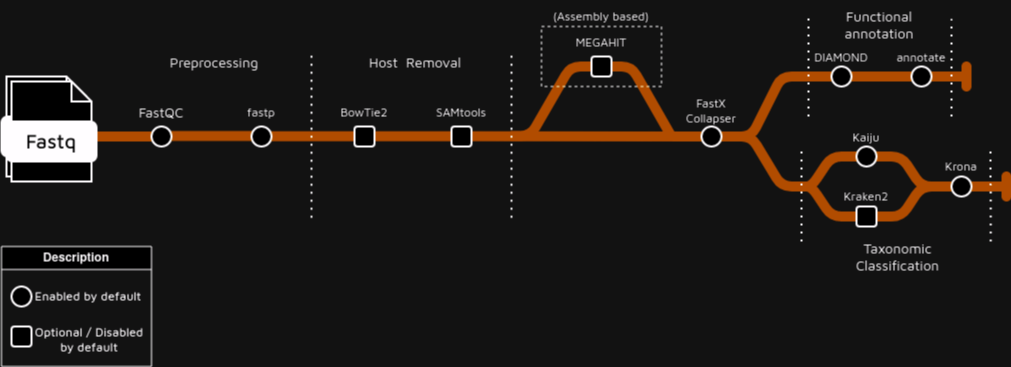
Above: assets/euryale_workflow.drawio.png in dalmolingroup/euryale (draw.io), before the change. Source tidied: cells renumbered, new cells last; positions are measured from the earlier drawing's top-left corner, leaving out a move shared by most shapes.
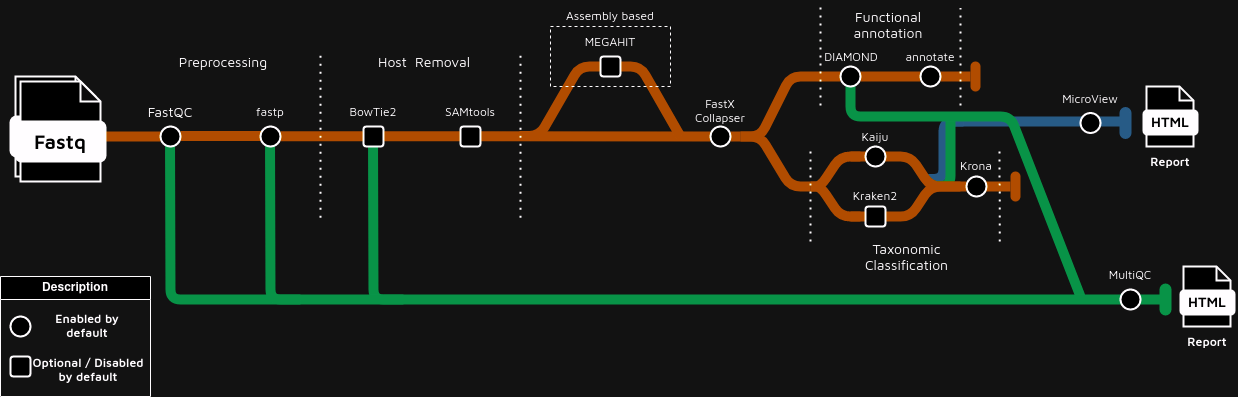
After the commit.

Commit message:
docs: Update workflow diagram

The edit, as a diff of the source:
```diff
@@ -2,6 +2,68 @@
   <root>
     <mxCell id="0" />
     <mxCell id="1" parent="0" />
+    <mxCell id="65" style="endArrow=none;html=1;rounded=1;strokeWidth=10;strokeColor=#24B064;" parent="1" edge="1">
+      <mxGeometry relative="1" as="geometry">
+        <mxPoint x="393" y="299" as="sourcePoint" />
+        <mxPoint x="362.5" y="133" as="targetPoint" />
+        <Array as="points">
+          <mxPoint x="363" y="299" />
+        </Array>
+      </mxGeometry>
+    </mxCell>
+    <mxCell id="66" style="endArrow=none;html=1;rounded=1;strokeWidth=10;strokeColor=#7EB2DD;" parent="1" edge="1">
+      <mxGeometry relative="1" as="geometry">
+        <mxPoint x="938" y="121" as="sourcePoint" />
+        <mxPoint x="1110" y="121" as="targetPoint" />
+      </mxGeometry>
+    </mxCell>
+    <mxCell id="67" style="endArrow=none;html=1;rounded=1;strokeWidth=10;strokeColor=#7EB2DD;flowAnimation=0;" parent="1" edge="1">
+      <mxGeometry relative="1" as="geometry">
+        <mxPoint x="913" y="178.5" as="sourcePoint" />
+        <mxPoint x="953" y="121" as="targetPoint" />
+        <Array as="points">
+          <mxPoint x="933" y="178.5" />
+          <mxPoint x="933" y="121" />
+        </Array>
+      </mxGeometry>
+    </mxCell>
+    <mxCell id="68" style="endArrow=none;html=1;rounded=1;strokeWidth=10;strokeColor=#24B064;" parent="1" edge="1">
+      <mxGeometry relative="1" as="geometry">
+        <mxPoint x="920" y="185.2" as="sourcePoint" />
+        <mxPoint x="940" y="118" as="targetPoint" />
+        <Array as="points">
+          <mxPoint x="940" y="185.5" />
+        </Array>
+      </mxGeometry>
+    </mxCell>
+    <mxCell id="69" style="endArrow=none;html=1;rounded=1;strokeWidth=10;strokeColor=#24B064;" parent="1" edge="1">
+      <mxGeometry relative="1" as="geometry">
+        <mxPoint x="1070" y="296" as="sourcePoint" />
+        <mxPoint x="840" y="74" as="targetPoint" />
+        <Array as="points">
+          <mxPoint x="1000" y="116" />
+          <mxPoint x="840" y="116" />
+        </Array>
+      </mxGeometry>
+    </mxCell>
+    <mxCell id="70" style="endArrow=none;html=1;rounded=1;strokeWidth=10;strokeColor=#24B064;" parent="1" edge="1">
+      <mxGeometry relative="1" as="geometry">
+        <mxPoint x="1150" y="299" as="sourcePoint" />
+        <mxPoint x="159.5" y="133" as="targetPoint" />
+        <Array as="points">
+          <mxPoint x="160" y="299" />
+        </Array>
+      </mxGeometry>
+    </mxCell>
+    <mxCell id="71" style="endArrow=none;html=1;rounded=1;strokeWidth=10;strokeColor=#24B064;" parent="1" edge="1">
+      <mxGeometry relative="1" as="geometry">
+        <mxPoint x="290" y="299" as="sourcePoint" />
+        <mxPoint x="259.5" y="133" as="targetPoint" />
+        <Array as="points">
+          <mxPoint x="260" y="299" />
+        </Array>
+      </mxGeometry>
+    </mxCell>
     <mxCell id="2" style="endArrow=none;html=1;rounded=1;strokeWidth=10;strokeColor=#FF9914;" parent="1" edge="1">
       <mxGeometry relative="1" as="geometry">
         <mxPoint x="970" y="186" as="sourcePoint" />
@@ -18,10 +80,9 @@
         </Array>
       </mxGeometry>
     </mxCell>
-    <mxCell id="4" style="endArrow=none;html=1;rounded=1;strokeWidth=10;strokeColor=#FF9914;" parent="1" edge="1">
+    <mxCell id="4" style="endArrow=none;html=1;rounded=1;strokeWidth=10;strokeColor=#FF9914;entryX=0;entryY=0.5;entryDx=0;entryDy=0;" parent="1" edge="1" target="49">
       <mxGeometry relative="1" as="geometry">
         <mxPoint x="840" y="156" as="sourcePoint" />
-        <mxPoint x="950" y="186" as="targetPoint" />
         <Array as="points">
           <mxPoint x="900" y="156" />
           <mxPoint x="920" y="186" />
@@ -165,7 +226,7 @@
     <mxCell id="36" style="rounded=0;whiteSpace=wrap;html=1;fillColor=none;dashed=1;" parent="1" vertex="1">
       <mxGeometry x="540" y="26" width="120" height="60" as="geometry" />
     </mxCell>
-    <mxCell id="37" value="(Assembly based)" style="text;html=1;strokeColor=none;fillColor=none;align=center;verticalAlign=middle;whiteSpace=wrap;rounded=0;fontFamily=Maven Pro;fontSource=https%3A%2F%2Ffonts.googleapis.com%2Fcss%3Ffamily%3DMaven%2BPro;" parent="1" vertex="1">
+    <mxCell id="37" value="Assembly based" style="text;html=1;strokeColor=none;fillColor=none;align=center;verticalAlign=middle;whiteSpace=wrap;rounded=0;fontFamily=Maven Pro;fontSource=https%3A%2F%2Ffonts.googleapis.com%2Fcss%3Ffamily%3DMaven%2BPro;" parent="1" vertex="1">
       <mxGeometry x="550" width="100" height="30" as="geometry" />
     </mxCell>
     <mxCell id="38" style="endArrow=none;html=1;rounded=1;strokeWidth=10;strokeColor=#ff9914;" parent="1" edge="1">
@@ -192,7 +253,7 @@
       <mxGeometry x="830" y="66" width="20" height="20" as="geometry" />
     </mxCell>
     <mxCell id="41" value="DIAMOND" style="text;html=1;strokeColor=none;fillColor=none;align=center;verticalAlign=middle;whiteSpace=wrap;rounded=0;fontFamily=Maven Pro;fontSource=https%3A%2F%2Ffonts.googleapis.com%2Fcss%3Ffamily%3DMaven%2BPro;" parent="1" vertex="1">
-      <mxGeometry x="810" y="41" width="60" height="30" as="geometry" />
+      <mxGeometry x="811" y="41" width="60" height="30" as="geometry" />
     </mxCell>
     <mxCell id="42" style="ellipse;whiteSpace=wrap;html=1;rounded=1;rotation=0;strokeWidth=2;" parent="1" vertex="1">
       <mxGeometry x="910" y="66" width="20" height="20" as="geometry" />
@@ -216,10 +277,10 @@
       <mxGeometry x="835" y="121" width="60" height="30" as="geometry" />
     </mxCell>
     <mxCell id="49" style="ellipse;whiteSpace=wrap;html=1;rounded=1;rotation=0;strokeWidth=2;" parent="1" vertex="1">
-      <mxGeometry x="950" y="176" width="20" height="20" as="geometry" />
+      <mxGeometry x="956" y="176" width="20" height="20" as="geometry" />
     </mxCell>
     <mxCell id="50" value="&lt;div&gt;Krona&lt;/div&gt;" style="text;html=1;strokeColor=none;fillColor=none;align=center;verticalAlign=middle;whiteSpace=wrap;rounded=0;fontFamily=Maven Pro;fontSource=https%3A%2F%2Ffonts.googleapis.com%2Fcss%3Ffamily%3DMaven%2BPro;" parent="1" vertex="1">
-      <mxGeometry x="930" y="150" width="60" height="30" as="geometry" />
+      <mxGeometry x="936" y="150" width="60" height="30" as="geometry" />
     </mxCell>
     <mxCell id="51" style="rounded=1;whiteSpace=wrap;html=1;strokeWidth=2;arcSize=50;strokeColor=none;fillColor=#FF9914;" parent="1" vertex="1">
       <mxGeometry x="1000" y="171" width="10" height="30" as="geometry" />
@@ -261,21 +322,63 @@
     </mxCell>
     <mxCell id="57" style="endArrow=none;dashed=1;html=1;dashPattern=1 3;strokeWidth=2;rounded=0;" parent="1" edge="1">
       <mxGeometry relative="1" as="geometry">
-        <mxPoint x="807" y="116" as="sourcePoint" />
-        <mxPoint x="807" y="16" as="targetPoint" />
+        <mxPoint x="810" y="105" as="sourcePoint" />
+        <mxPoint x="810" y="5" as="targetPoint" />
       </mxGeometry>
     </mxCell>
     <mxCell id="58" style="endArrow=none;dashed=1;html=1;dashPattern=1 3;strokeWidth=2;rounded=0;" parent="1" edge="1">
       <mxGeometry relative="1" as="geometry">
-        <mxPoint x="950" y="116" as="sourcePoint" />
-        <mxPoint x="950" y="18.5" as="targetPoint" />
+        <mxPoint x="950" y="105" as="sourcePoint" />
+        <mxPoint x="950" y="7.5" as="targetPoint" />
       </mxGeometry>
     </mxCell>
     <mxCell id="59" value="&lt;font style=&quot;font-size: 14px;&quot;&gt;Functional annotation&lt;br&gt;&lt;/font&gt;" style="text;html=1;strokeColor=none;fillColor=none;align=center;verticalAlign=middle;whiteSpace=wrap;rounded=0;fontFamily=Maven Pro;fontSource=https%3A%2F%2Ffonts.googleapis.com%2Fcss%3Ffamily%3DMaven%2BPro;" parent="1" vertex="1">
       <mxGeometry x="818" y="9" width="120" height="30" as="geometry" />
     </mxCell>
+    <mxCell id="72" style="ellipse;whiteSpace=wrap;html=1;rounded=1;rotation=0;strokeWidth=2;" parent="1" vertex="1">
+      <mxGeometry x="1110" y="289" width="20" height="20" as="geometry" />
+    </mxCell>
+    <mxCell id="73" value="MultiQC" style="text;html=1;strokeColor=none;fillColor=none;align=center;verticalAlign=middle;whiteSpace=wrap;rounded=0;fontFamily=Maven Pro;fontSource=https%3A%2F%2Ffonts.googleapis.com%2Fcss%3Ffamily%3DMaven%2BPro;" parent="1" vertex="1">
+      <mxGeometry x="1090" y="259" width="60" height="30" as="geometry" />
+    </mxCell>
+    <mxCell id="74" style="rounded=1;whiteSpace=wrap;html=1;strokeWidth=2;arcSize=50;strokeColor=#24B064;fillColor=#24B064;fontColor=#ffffff;" parent="1" vertex="1">
+      <mxGeometry x="1150" y="284" width="10" height="30" as="geometry" />
+    </mxCell>
+    <mxCell id="75" style="group;" parent="1" vertex="1">
+      <mxGeometry x="1170" y="266" width="54" height="60" as="geometry" />
+    </mxCell>
+    <mxCell id="76" style="shape=note;whiteSpace=wrap;html=1;backgroundOutline=1;darkOpacity=0.05;rounded=1;size=14;strokeWidth=2;" parent="75" vertex="1">
+      <mxGeometry x="3" width="47" height="60" as="geometry" />
+    </mxCell>
+    <mxCell id="77" value="&lt;font size=&quot;1&quot; color=&quot;#ffffff&quot; face=&quot;Maven Pro&quot;&gt;&lt;b style=&quot;font-size: 14px;&quot;&gt;HTML&lt;/b&gt;&lt;/font&gt;" style="rounded=1;whiteSpace=wrap;html=1;strokeWidth=2;fillColor=#000000;" parent="75" vertex="1">
+      <mxGeometry y="24" width="54" height="24" as="geometry" />
+    </mxCell>
+    <mxCell id="78" value="&lt;b&gt;Report&lt;/b&gt;" style="text;html=1;strokeColor=none;fillColor=none;align=center;verticalAlign=middle;whiteSpace=wrap;rounded=0;fontFamily=Maven Pro;fontSource=https%3A%2F%2Ffonts.googleapis.com%2Fcss%3Ffamily%3DMaven%2BPro;" parent="1" vertex="1">
+      <mxGeometry x="1167" y="326" width="60" height="30" as="geometry" />
+    </mxCell>
+    <mxCell id="79" style="ellipse;whiteSpace=wrap;html=1;rounded=1;rotation=0;strokeWidth=2;" parent="1" vertex="1">
+      <mxGeometry x="1070" y="112.5" width="20" height="20" as="geometry" />
+    </mxCell>
+    <mxCell id="80" value="MicroView" style="text;html=1;strokeColor=none;fillColor=none;align=center;verticalAlign=middle;whiteSpace=wrap;rounded=0;fontFamily=Maven Pro;fontSource=https%3A%2F%2Ffonts.googleapis.com%2Fcss%3Ffamily%3DMaven%2BPro;" parent="1" vertex="1">
+      <mxGeometry x="1050" y="82.5" width="60" height="30" as="geometry" />
+    </mxCell>
+    <mxCell id="81" style="rounded=1;whiteSpace=wrap;html=1;strokeWidth=2;arcSize=50;strokeColor=#7EB2DD;fillColor=#7EB2DD;fontColor=#ffffff;" parent="1" vertex="1">
+      <mxGeometry x="1110" y="107.5" width="10" height="30" as="geometry" />
+    </mxCell>
+    <mxCell id="82" style="group;" parent="1" vertex="1">
+      <mxGeometry x="1133" y="86" width="54" height="60" as="geometry" />
+    </mxCell>
+    <mxCell id="83" style="shape=note;whiteSpace=wrap;html=1;backgroundOutline=1;darkOpacity=0.05;rounded=1;size=14;strokeWidth=2;" parent="82" vertex="1">
+      <mxGeometry x="3" width="47" height="60" as="geometry" />
+    </mxCell>
+    <mxCell id="84" value="&lt;font size=&quot;1&quot; color=&quot;#ffffff&quot; face=&quot;Maven Pro&quot;&gt;&lt;b style=&quot;font-size: 14px;&quot;&gt;HTML&lt;/b&gt;&lt;/font&gt;" style="rounded=1;whiteSpace=wrap;html=1;strokeWidth=2;fillColor=#000000;" parent="82" vertex="1">
+      <mxGeometry y="24" width="54" height="24" as="geometry" />
+    </mxCell>
+    <mxCell id="85" value="&lt;b&gt;Report&lt;/b&gt;" style="text;html=1;strokeColor=none;fillColor=none;align=center;verticalAlign=middle;whiteSpace=wrap;rounded=0;fontFamily=Maven Pro;fontSource=https%3A%2F%2Ffonts.googleapis.com%2Fcss%3Ffamily%3DMaven%2BPro;" parent="1" vertex="1">
+      <mxGeometry x="1130" y="146" width="60" height="30" as="geometry" />
+    </mxCell>
     <mxCell id="60" value="Description" style="swimlane;whiteSpace=wrap;html=1;" parent="1" vertex="1">
-      <mxGeometry y="246" width="150" height="120" as="geometry" />
+      <mxGeometry x="-10" y="276" width="150" height="120" as="geometry" />
     </mxCell>
     <mxCell id="61" style="ellipse;whiteSpace=wrap;html=1;rounded=1;rotation=0;strokeWidth=2;" parent="60" vertex="1">
       <mxGeometry x="10" y="40" width="20" height="20" as="geometry" />
```
